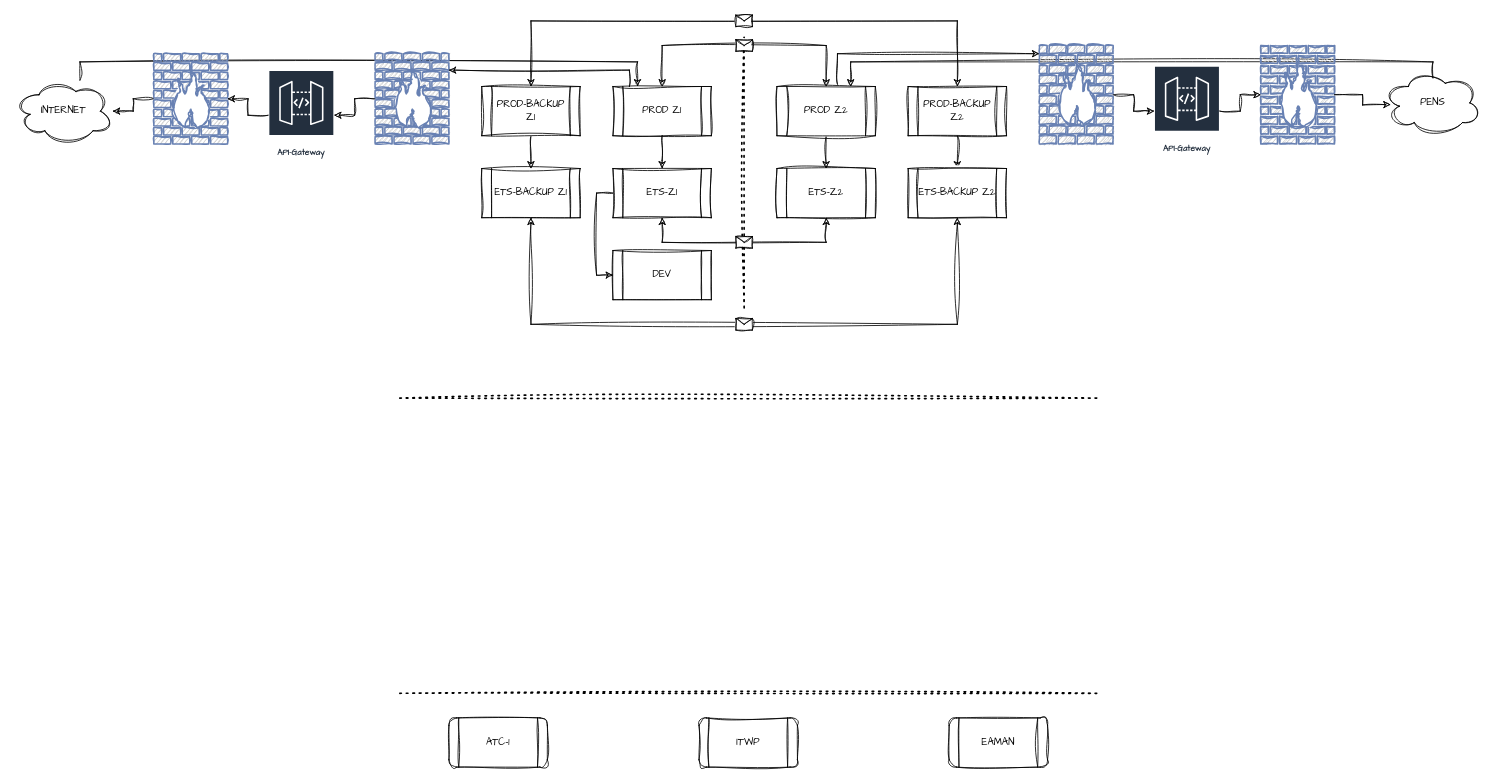
This is logical.drawio from B4S71/drawio-swim, a draw.io file, before an edit. Source tidied: cells renumbered, new cells numbered last; positions are measured from the earlier drawing's top-left corner, leaving out a move shared by most shapes. Both pictures are drawn from the tidied source at 82%, with x=0, y=0 at pixel (14, 20).
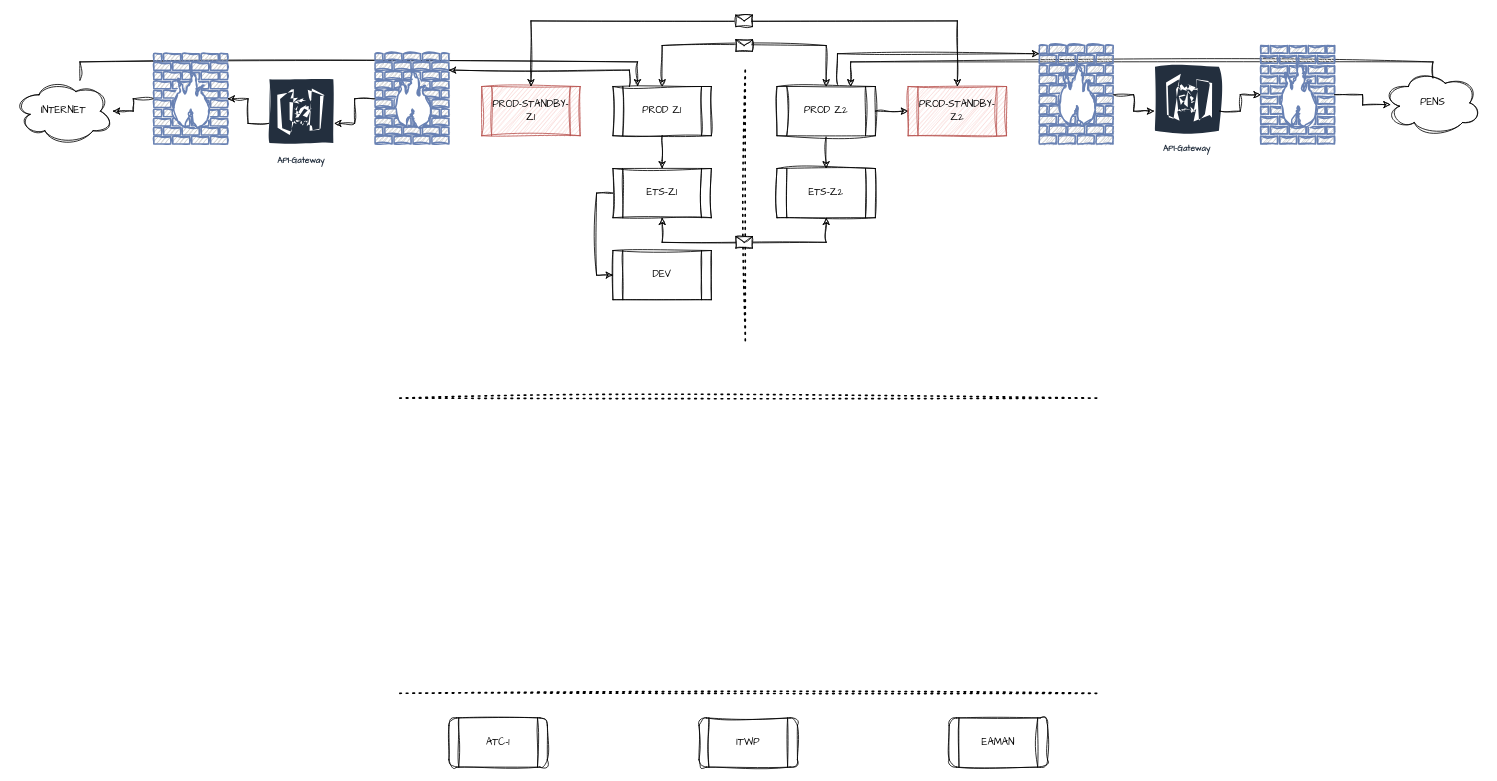
After the change.

Unchanged cells that the change refers to:
```xml
<mxCell id="9" value="PROD Z2" style="shape=process;whiteSpace=wrap;html=1;backgroundOutline=1;labelBackgroundColor=none;rounded=0;sketch=1;curveFitting=1;jiggle=2;fontFamily=Comic Sans MS;" parent="1" vertex="1">
  <mxGeometry x="930" y="80" width="120" height="60" as="geometry" />
</mxCell>
```

Change to the diagram source:
```diff
@@
     <mxCell id="2" style="endArrow=none;dashed=1;html=1;dashPattern=1 3;strokeWidth=2;rounded=0;labelBackgroundColor=none;fontColor=default;sketch=1;curveFitting=1;jiggle=2;" parent="1" edge="1">
       <mxGeometry relative="1" as="geometry">
-        <mxPoint x="890" y="350" as="sourcePoint" />
-        <mxPoint x="890" y="15" as="targetPoint" />
+        <mxPoint x="891.4" y="390" as="sourcePoint" />
+        <mxPoint x="891.4" y="55" as="targetPoint" />
       </mxGeometry>
     </mxCell>
@@
+    <mxCell id="48" style="edgeStyle=orthogonalEdgeStyle;rounded=1;sketch=1;hachureGap=4;jiggle=2;curveFitting=1;jettySize=auto;html=1;entryX=0;entryY=0.5;entryDx=0;entryDy=0;fontFamily=Architects Daughter;" parent="1" edge="1" source="9" target="11">
+      <mxGeometry relative="1" as="geometry" />
+    </mxCell>
@@
-    <mxCell id="10" style="edgeStyle=orthogonalEdgeStyle;rounded=0;sketch=1;hachureGap=4;jiggle=2;curveFitting=1;jettySize=auto;html=1;fontFamily=Architects Daughter;" parent="1" edge="1" source="11" target="35">
-      <mxGeometry relative="1" as="geometry" />
-    </mxCell>
-    <mxCell id="11" value="PROD-BACKUP Z2" style="shape=process;whiteSpace=wrap;html=1;backgroundOutline=1;labelBackgroundColor=none;rounded=0;sketch=1;curveFitting=1;jiggle=2;fontFamily=Comic Sans MS;" parent="1" vertex="1">
+    <mxCell id="11" value="PROD-STANDBY-Z2" style="shape=process;whiteSpace=wrap;html=1;backgroundOutline=1;labelBackgroundColor=none;rounded=0;sketch=1;curveFitting=1;jiggle=2;fontFamily=Comic Sans MS;fillColor=#f8cecc;strokeColor=#b85450;" parent="1" vertex="1">
       <mxGeometry x="1090" y="80" width="120" height="60" as="geometry" />
     </mxCell>
-    <mxCell id="12" style="edgeStyle=orthogonalEdgeStyle;rounded=0;sketch=1;hachureGap=4;jiggle=2;curveFitting=1;jettySize=auto;html=1;fontFamily=Architects Daughter;" parent="1" edge="1" source="13" target="36">
-      <mxGeometry relative="1" as="geometry" />
-    </mxCell>
-    <mxCell id="13" value="PROD-BACKUP Z1" style="shape=process;whiteSpace=wrap;html=1;backgroundOutline=1;labelBackgroundColor=none;rounded=0;sketch=1;curveFitting=1;jiggle=2;fontFamily=Comic Sans MS;" parent="1" vertex="1">
+    <mxCell id="13" value="PROD-STANDBY-Z1" style="shape=process;whiteSpace=wrap;html=1;backgroundOutline=1;labelBackgroundColor=none;rounded=0;sketch=1;curveFitting=1;jiggle=2;fontFamily=Comic Sans MS;fillColor=#f8cecc;strokeColor=#b85450;" parent="1" vertex="1">
       <mxGeometry x="570" y="80" width="120" height="60" as="geometry" />
     </mxCell>
@@
-    <mxCell id="33" value="API-Gateway" style="sketch=0;outlineConnect=0;fontColor=#232F3E;gradientColor=none;strokeColor=#ffffff;fillColor=#232F3E;dashed=0;verticalLabelPosition=middle;verticalAlign=bottom;align=center;html=1;whiteSpace=wrap;fontSize=10;fontStyle=1;spacing=3;shape=mxgraph.aws4.productIcon;prIcon=mxgraph.aws4.api_gateway;hachureGap=4;jiggle=2;curveFitting=1;fontFamily=Architects Daughter;" parent="1" vertex="1">
-      <mxGeometry x="310" y="60" width="80" height="110" as="geometry" />
+    <mxCell id="33" value="API-Gateway" style="sketch=1;outlineConnect=0;fontColor=#232F3E;gradientColor=none;strokeColor=#ffffff;fillColor=#232F3E;dashed=0;verticalLabelPosition=middle;verticalAlign=bottom;align=center;html=1;whiteSpace=wrap;fontSize=10;fontStyle=1;spacing=3;shape=mxgraph.aws4.productIcon;prIcon=mxgraph.aws4.api_gateway;hachureGap=4;jiggle=2;curveFitting=1;fontFamily=Architects Daughter;" parent="1" vertex="1">
+      <mxGeometry x="310" y="70" width="80" height="110" as="geometry" />
     </mxCell>
-    <mxCell id="34" value="API-Gateway" style="sketch=0;outlineConnect=0;fontColor=#232F3E;gradientColor=none;strokeColor=#ffffff;fillColor=#232F3E;dashed=0;verticalLabelPosition=middle;verticalAlign=bottom;align=center;html=1;whiteSpace=wrap;fontSize=10;fontStyle=1;spacing=3;shape=mxgraph.aws4.productIcon;prIcon=mxgraph.aws4.api_gateway;hachureGap=4;jiggle=2;curveFitting=1;fontFamily=Architects Daughter;" parent="1" vertex="1">
+    <mxCell id="34" value="API-Gateway" style="sketch=1;outlineConnect=0;fontColor=#232F3E;gradientColor=none;strokeColor=#ffffff;fillColor=#232F3E;dashed=0;verticalLabelPosition=middle;verticalAlign=bottom;align=center;html=1;whiteSpace=wrap;fontSize=10;fontStyle=1;spacing=3;shape=mxgraph.aws4.productIcon;prIcon=mxgraph.aws4.api_gateway;hachureGap=4;jiggle=2;curveFitting=1;fontFamily=Architects Daughter;" parent="1" vertex="1">
       <mxGeometry x="1390" y="55" width="80" height="110" as="geometry" />
     </mxCell>
-    <mxCell id="35" value="&lt;div&gt;ETS-BACKUP Z2&lt;/div&gt;" style="shape=process;whiteSpace=wrap;html=1;backgroundOutline=1;labelBackgroundColor=none;rounded=0;sketch=1;curveFitting=1;jiggle=2;fontFamily=Comic Sans MS;" parent="1" vertex="1">
-      <mxGeometry x="1090" y="180" width="120" height="60" as="geometry" />
-    </mxCell>
-    <mxCell id="36" value="&lt;div&gt;ETS-BACKUP Z1&lt;/div&gt;" style="shape=process;whiteSpace=wrap;html=1;backgroundOutline=1;labelBackgroundColor=none;rounded=0;sketch=1;curveFitting=1;jiggle=2;fontFamily=Comic Sans MS;" parent="1" vertex="1">
-      <mxGeometry x="570" y="180" width="120" height="60" as="geometry" />
-    </mxCell>
-    <mxCell id="37" style="endArrow=classic;html=1;rounded=0;exitX=0.5;exitY=1;exitDx=0;exitDy=0;edgeStyle=orthogonalEdgeStyle;entryX=0.5;entryY=1;entryDx=0;entryDy=0;startArrow=classic;startFill=1;labelBackgroundColor=none;fontColor=default;sketch=1;curveFitting=1;jiggle=2;" parent="1" edge="1" source="36" target="35">
-      <mxGeometry relative="1" as="geometry">
-        <Array as="points">
-          <mxPoint x="630" y="370" />
-          <mxPoint x="1150" y="370" />
-        </Array>
-      </mxGeometry>
-    </mxCell>
-    <mxCell id="38" style="shape=message;html=1;labelBackgroundColor=none;rounded=0;sketch=1;curveFitting=1;jiggle=2;" parent="37" vertex="1">
-      <mxGeometry width="20" height="14" relative="1" as="geometry">
-        <mxPoint x="-10" y="-7" as="offset" />
-      </mxGeometry>
-    </mxCell>
```
